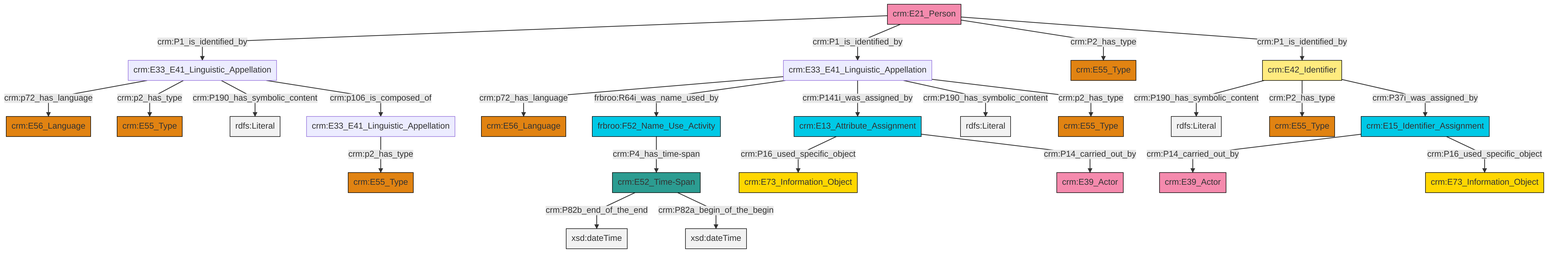
swiss-art-research-net/docs.swissartresearch keeps this Mermaid diagram as et/personCSV/ttl/mmd/png/Person_Names_and_Classification.png. Above is the earlier version. Its source is kept beside it as et/personCSV/ttl/mmd/Person_Names_and_Classification.ttl.mmd.
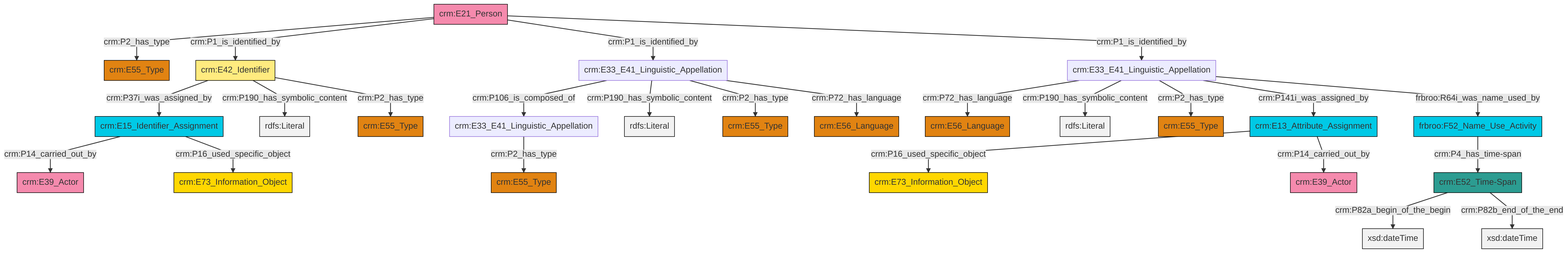
Later version of the same file.

Diff of the diagram source:
```diff
@@ -13,27 +13,27 @@
 classDef PC_Classes fill:#4ce600, stroke:#000000;
 classDef Multi fill:#cccccc,stroke:#000000;
 
-4["crm:E42_Identifier"]:::Appellation -->|crm:P190_has_symbolic_content| 5[rdfs:Literal]:::Literal
-6["crm:E33_E41_Linguistic_Appellation"]:::Default -->|crm:p72_has_language| 7["crm:E56_Language"]:::Type
-9["crm:E15_Identifier_Assignment"]:::Temporal_Entity -->|crm:P14_carried_out_by| 10["crm:E39_Actor"]:::Actor
-2["crm:E21_Person"]:::Actor -->|crm:P1_is_identified_by| 11["crm:E33_E41_Linguistic_Appellation"]:::Default
-14["crm:E13_Attribute_Assignment"]:::Temporal_Entity -->|crm:P16_used_specific_object| 15["crm:E73_Information_Object"]:::Conceptual_Object
-9["crm:E15_Identifier_Assignment"]:::Temporal_Entity -->|crm:P16_used_specific_object| 20["crm:E73_Information_Object"]:::Conceptual_Object
-4["crm:E42_Identifier"]:::Appellation -->|crm:P2_has_type| 21["crm:E55_Type"]:::Type
-24["frbroo:F52_Name_Use_Activity"]:::Temporal_Entity -->|crm:P4_has_time-span| 25["crm:E52_Time-Span"]:::Time-Span
-25["crm:E52_Time-Span"]:::Time-Span -->|crm:P82b_end_of_the_end| 26[xsd:dateTime]:::Literal
-4["crm:E42_Identifier"]:::Appellation -->|crm:P37i_was_assigned_by| 9["crm:E15_Identifier_Assignment"]:::Temporal_Entity
-6["crm:E33_E41_Linguistic_Appellation"]:::Default -->|frbroo:R64i_was_name_used_by| 24["frbroo:F52_Name_Use_Activity"]:::Temporal_Entity
-6["crm:E33_E41_Linguistic_Appellation"]:::Default -->|crm:P141i_was_assigned_by| 14["crm:E13_Attribute_Assignment"]:::Temporal_Entity
-11["crm:E33_E41_Linguistic_Appellation"]:::Default -->|crm:p72_has_language| 27["crm:E56_Language"]:::Type
-6["crm:E33_E41_Linguistic_Appellation"]:::Default -->|crm:P190_has_symbolic_content| 29[rdfs:Literal]:::Literal
-11["crm:E33_E41_Linguistic_Appellation"]:::Default -->|crm:p2_has_type| 12["crm:E55_Type"]:::Type
-2["crm:E21_Person"]:::Actor -->|crm:P1_is_identified_by| 6["crm:E33_E41_Linguistic_Appellation"]:::Default
-6["crm:E33_E41_Linguistic_Appellation"]:::Default -->|crm:p2_has_type| 22["crm:E55_Type"]:::Type
-2["crm:E21_Person"]:::Actor -->|crm:P2_has_type| 31["crm:E55_Type"]:::Type
-2["crm:E21_Person"]:::Actor -->|crm:P1_is_identified_by| 4["crm:E42_Identifier"]:::Appellation
-25["crm:E52_Time-Span"]:::Time-Span -->|crm:P82a_begin_of_the_begin| 35[xsd:dateTime]:::Literal
-14["crm:E13_Attribute_Assignment"]:::Temporal_Entity -->|crm:P14_carried_out_by| 0["crm:E39_Actor"]:::Actor
-11["crm:E33_E41_Linguistic_Appellation"]:::Default -->|crm:P190_has_symbolic_content| 37[rdfs:Literal]:::Literal
-11["crm:E33_E41_Linguistic_Appellation"]:::Default -->|crm:p106_is_composed_of| 18["crm:E33_E41_Linguistic_Appellation"]:::Default
-18["crm:E33_E41_Linguistic_Appellation"]:::Default -->|crm:p2_has_type| 38["crm:E55_Type"]:::Type
+6["crm:E33_E41_Linguistic_Appellation"]:::Default -->|crm:P72_has_language| 7["crm:E56_Language"]:::Type
+8["crm:E33_E41_Linguistic_Appellation"]:::Default -->|crm:P106_is_composed_of| 4["crm:E33_E41_Linguistic_Appellation"]:::Default
+9["crm:E21_Person"]:::Actor -->|crm:P2_has_type| 10["crm:E55_Type"]:::Type
+8["crm:E33_E41_Linguistic_Appellation"]:::Default -->|crm:P190_has_symbolic_content| 11[rdfs:Literal]:::Literal
+4["crm:E33_E41_Linguistic_Appellation"]:::Default -->|crm:P2_has_type| 12["crm:E55_Type"]:::Type
+15["crm:E13_Attribute_Assignment"]:::Temporal_Entity -->|crm:P16_used_specific_object| 16["crm:E73_Information_Object"]:::Conceptual_Object
+6["crm:E33_E41_Linguistic_Appellation"]:::Default -->|crm:P190_has_symbolic_content| 22[rdfs:Literal]:::Literal
+23["crm:E42_Identifier"]:::Appellation -->|crm:P37i_was_assigned_by| 17["crm:E15_Identifier_Assignment"]:::Temporal_Entity
+9["crm:E21_Person"]:::Actor -->|crm:P1_is_identified_by| 23["crm:E42_Identifier"]:::Appellation
+23["crm:E42_Identifier"]:::Appellation -->|crm:P190_has_symbolic_content| 24[rdfs:Literal]:::Literal
+9["crm:E21_Person"]:::Actor -->|crm:P1_is_identified_by| 8["crm:E33_E41_Linguistic_Appellation"]:::Default
+6["crm:E33_E41_Linguistic_Appellation"]:::Default -->|crm:P2_has_type| 34["crm:E55_Type"]:::Type
+15["crm:E13_Attribute_Assignment"]:::Temporal_Entity -->|crm:P14_carried_out_by| 28["crm:E39_Actor"]:::Actor
+9["crm:E21_Person"]:::Actor -->|crm:P1_is_identified_by| 6["crm:E33_E41_Linguistic_Appellation"]:::Default
+6["crm:E33_E41_Linguistic_Appellation"]:::Default -->|crm:P141i_was_assigned_by| 15["crm:E13_Attribute_Assignment"]:::Temporal_Entity
+6["crm:E33_E41_Linguistic_Appellation"]:::Default -->|frbroo:R64i_was_name_used_by| 19["frbroo:F52_Name_Use_Activity"]:::Temporal_Entity
+17["crm:E15_Identifier_Assignment"]:::Temporal_Entity -->|crm:P14_carried_out_by| 30["crm:E39_Actor"]:::Actor
+23["crm:E42_Identifier"]:::Appellation -->|crm:P2_has_type| 2["crm:E55_Type"]:::Type
+39["crm:E52_Time-Span"]:::Time-Span -->|crm:P82a_begin_of_the_begin| 41[xsd:dateTime]:::Literal
+17["crm:E15_Identifier_Assignment"]:::Temporal_Entity -->|crm:P16_used_specific_object| 13["crm:E73_Information_Object"]:::Conceptual_Object
+8["crm:E33_E41_Linguistic_Appellation"]:::Default -->|crm:P2_has_type| 26["crm:E55_Type"]:::Type
+8["crm:E33_E41_Linguistic_Appellation"]:::Default -->|crm:P72_has_language| 0["crm:E56_Language"]:::Type
+19["frbroo:F52_Name_Use_Activity"]:::Temporal_Entity -->|crm:P4_has_time-span| 39["crm:E52_Time-Span"]:::Time-Span
+39["crm:E52_Time-Span"]:::Time-Span -->|crm:P82b_end_of_the_end| 46[xsd:dateTime]:::Literal
```
